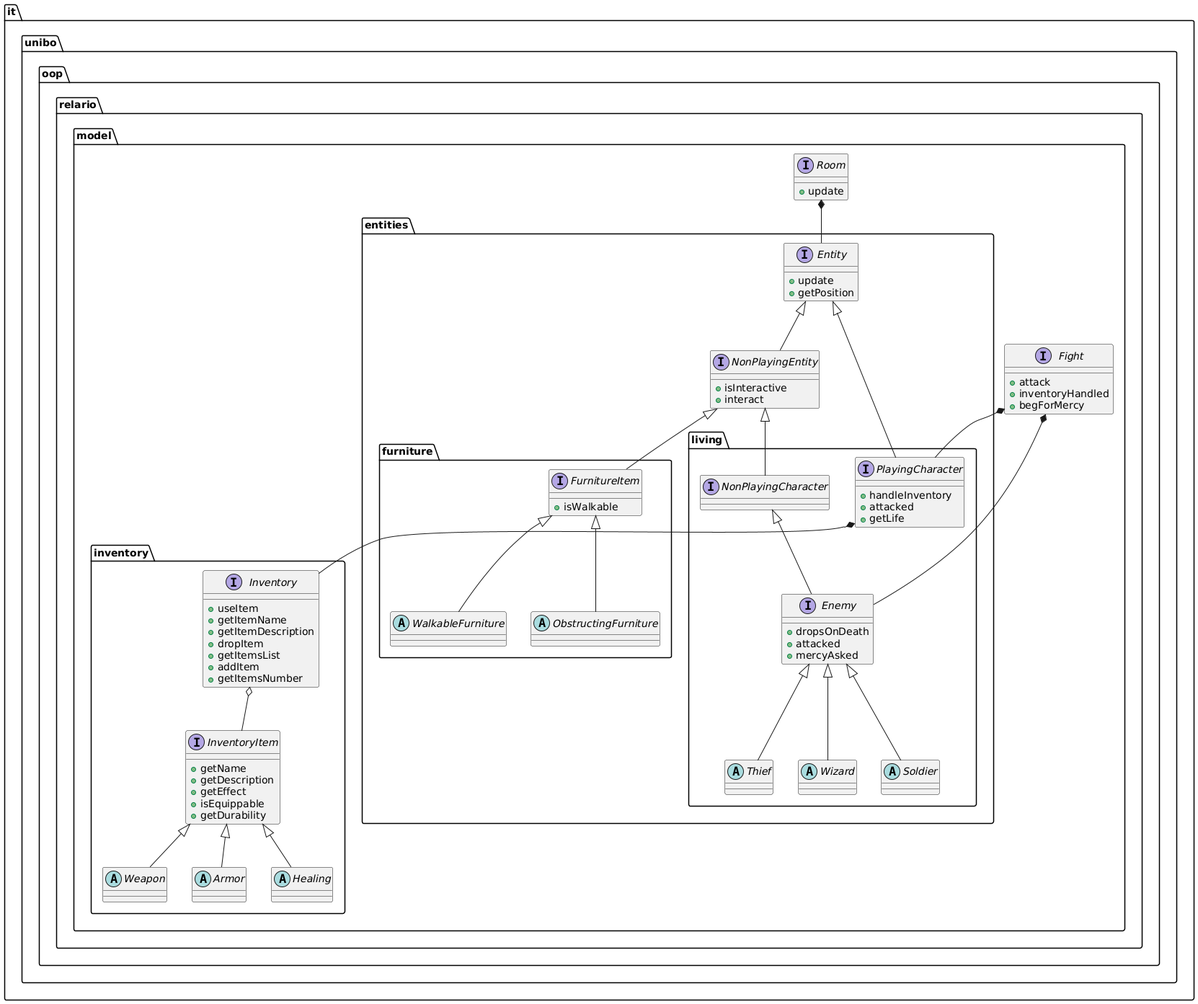
Earlier version of the PlantUML export relazione/img/fullModel.png (KimboCoffee/OOP23-relario-prove).
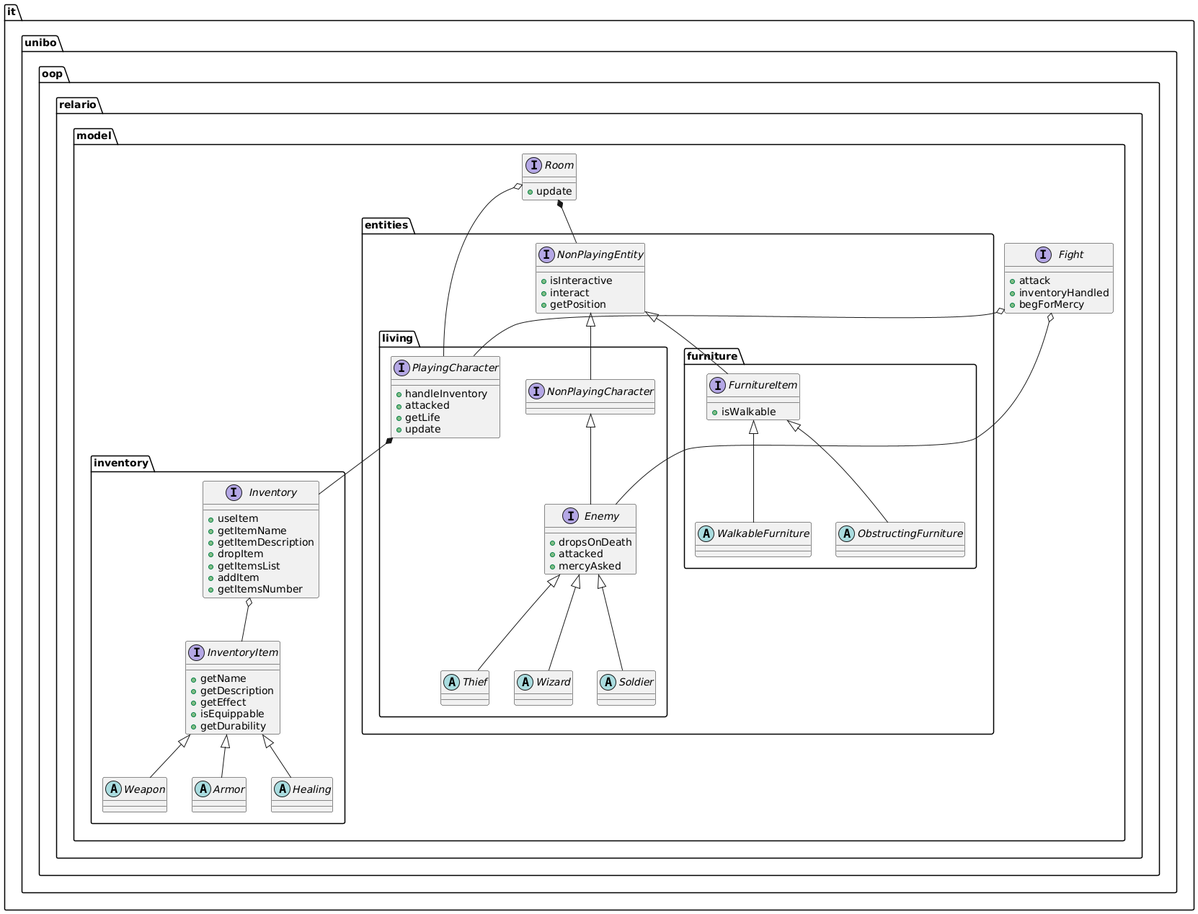
The same diagram one commit later.

Commit message:
Modified UML scheme for model

Diff of the diagram source:
```diff
@@ -41,14 +41,11 @@
         }
 
         package entities {
-            interface Entity {
-                + {method} update
-                + {method} getPosition
-            }
 
-            interface NonPlayingEntity extends Entity {
+            interface NonPlayingEntity {
                 + {method} isInteractive
                 + {method} interact
+                + {method} getPosition
             }
 
             package living{
@@ -56,6 +53,7 @@
                     + {method} handleInventory
                     + {method} attacked
                     + {method} getLife
+                    + {method} update
                 }
 
                 PlayingCharacter *-- Inventory
@@ -86,12 +84,12 @@
                 abstract class ObstructingFurniture extends FurnitureItem {}
             }
 
-            Room *-- Entity
-            Fight *-- PlayingCharacter
-            Fight *-- Enemy
+            Room *-- NonPlayingEntity
+            Room o-- PlayingCharacter
+            Fight o-- PlayingCharacter
+            Fight o-- Enemy
             NonPlayingEntity <|-- FurnitureItem
             NonPlayingEntity <|-- NonPlayingCharacter
-            Entity <|-- PlayingCharacter
         }
     }
 }
```
